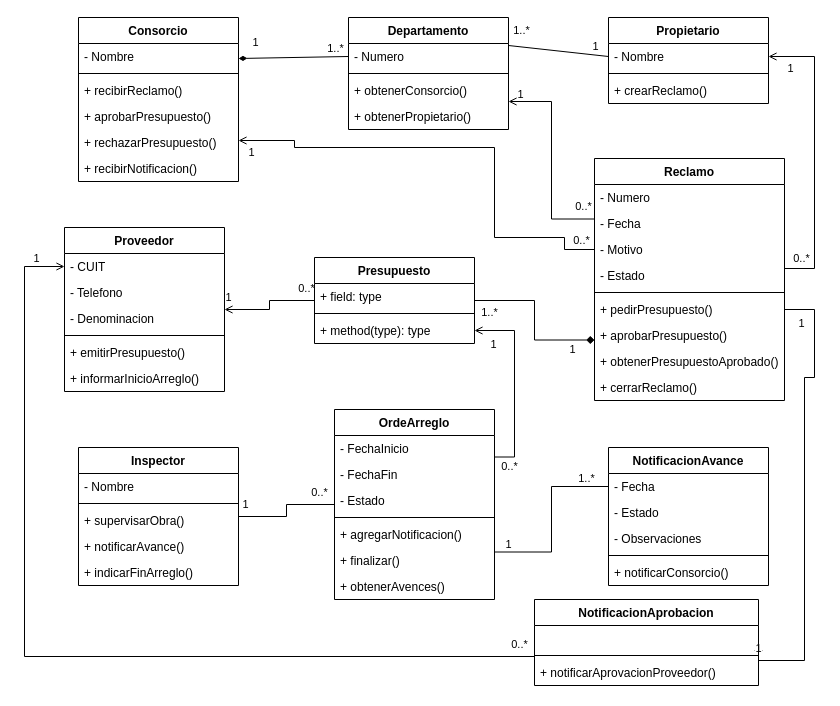
The draw.io diagram page "DC5" (7 of 7) of analisis-de-sistemas/Diagrama de clases.drawio in repocdlf/actividades-up, before the edit. Source tidied: cells renumbered, new cells numbered last; positions are measured from the earlier drawing's top-left corner, leaving out a move shared by most shapes. Both pictures are drawn from the tidied source at 100%, with x=0, y=0 at pixel (24, 17).
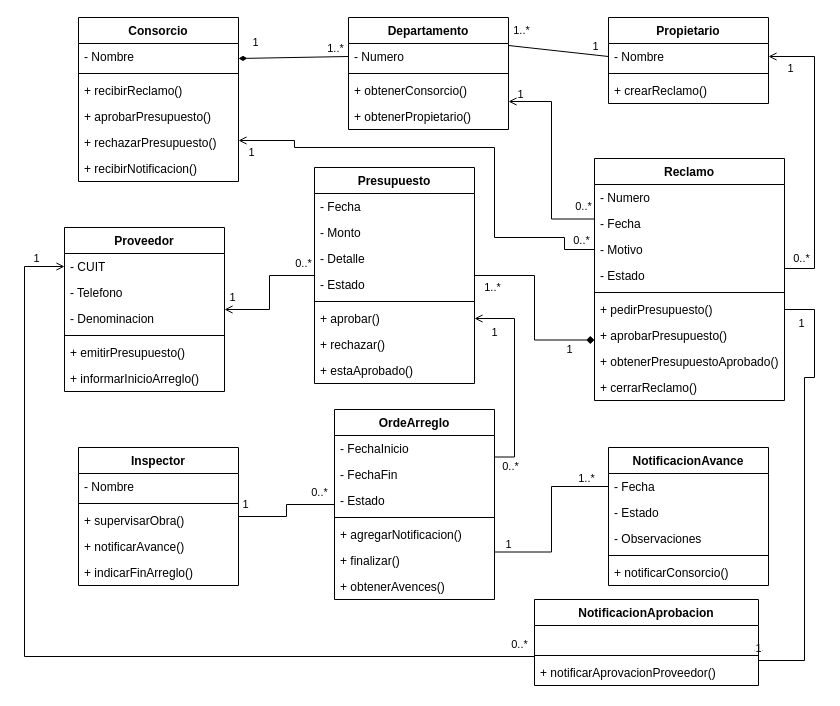
The same page after the edit.

Change to the diagram source:
```diff
@@
     <mxCell id="34" value="Presupuesto" style="swimlane;fontStyle=1;align=center;verticalAlign=top;horizontal=1;startSize=26;whiteSpace=wrap;html=1;" parent="1" vertex="1">
-      <mxGeometry x="290" y="240" width="160" height="86" as="geometry" />
+      <mxGeometry x="290" y="150" width="160" height="216" as="geometry" />
     </mxCell>
-    <mxCell id="35" value="+ field: type" style="text;strokeColor=none;fillColor=none;align=left;verticalAlign=top;spacingLeft=4;spacingRight=4;overflow=hidden;whiteSpace=wrap;html=1;" parent="34" vertex="1">
+    <mxCell id="35" value="- Fecha" style="text;strokeColor=none;fillColor=none;align=left;verticalAlign=top;spacingLeft=4;spacingRight=4;overflow=hidden;whiteSpace=wrap;html=1;" parent="34" vertex="1">
       <mxGeometry y="26" width="160" height="26" as="geometry" />
     </mxCell>
+    <mxCell id="99" value="- Monto" style="text;strokeColor=none;fillColor=none;align=left;verticalAlign=top;spacingLeft=4;spacingRight=4;overflow=hidden;whiteSpace=wrap;html=1;" parent="34" vertex="1">
+      <mxGeometry y="52" width="160" height="26" as="geometry" />
+    </mxCell>
+    <mxCell id="100" value="- Detalle" style="text;strokeColor=none;fillColor=none;align=left;verticalAlign=top;spacingLeft=4;spacingRight=4;overflow=hidden;whiteSpace=wrap;html=1;" parent="34" vertex="1">
+      <mxGeometry y="78" width="160" height="26" as="geometry" />
+    </mxCell>
+    <mxCell id="101" value="- Estado" style="text;strokeColor=none;fillColor=none;align=left;verticalAlign=top;spacingLeft=4;spacingRight=4;overflow=hidden;whiteSpace=wrap;html=1;" parent="34" vertex="1">
+      <mxGeometry y="104" width="160" height="26" as="geometry" />
+    </mxCell>
     <mxCell id="36" style="line;strokeWidth=1;fillColor=none;align=left;verticalAlign=middle;spacingTop=-1;spacingLeft=3;spacingRight=3;labelPosition=right;strokeColor=inherit;" parent="34" vertex="1">
-      <mxGeometry y="52" width="160" height="8" as="geometry" />
+      <mxGeometry y="130" width="160" height="8" as="geometry" />
     </mxCell>
-    <mxCell id="37" value="+ method(type): type" style="text;strokeColor=none;fillColor=none;align=left;verticalAlign=top;spacingLeft=4;spacingRight=4;overflow=hidden;points=[[0,0.5],[1,0.5]];portConstraint=eastwest;whiteSpace=wrap;html=1;" parent="34" vertex="1">
-      <mxGeometry y="60" width="160" height="26" as="geometry" />
+    <mxCell id="37" value="+ aprobar()" style="text;strokeColor=none;fillColor=none;align=left;verticalAlign=top;spacingLeft=4;spacingRight=4;overflow=hidden;points=[[0,0.5],[1,0.5]];portConstraint=eastwest;whiteSpace=wrap;html=1;" parent="34" vertex="1">
+      <mxGeometry y="138" width="160" height="26" as="geometry" />
     </mxCell>
+    <mxCell id="102" value="+ rechazar()" style="text;strokeColor=none;fillColor=none;align=left;verticalAlign=top;spacingLeft=4;spacingRight=4;overflow=hidden;whiteSpace=wrap;html=1;" parent="34" vertex="1">
+      <mxGeometry y="164" width="160" height="26" as="geometry" />
+    </mxCell>
+    <mxCell id="103" value="+ estaAprobado()" style="text;strokeColor=none;fillColor=none;align=left;verticalAlign=top;spacingLeft=4;spacingRight=4;overflow=hidden;whiteSpace=wrap;html=1;" parent="34" vertex="1">
+      <mxGeometry y="190" width="160" height="26" as="geometry" />
+    </mxCell>
```
